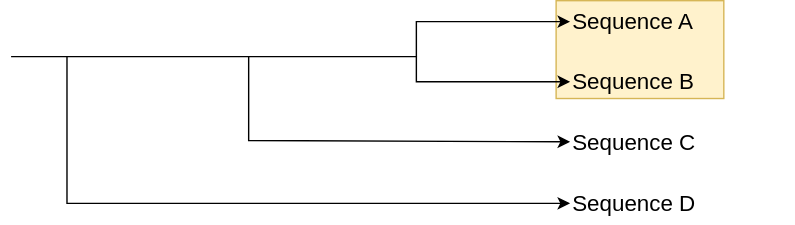
Earlier version of the draw.io export images/progressive_alignment_1.drawio.svg (khiron/dBGAlignSlides). Source tidied: cells renumbered, new cells last; positions are measured from the earlier drawing's top-left corner, leaving out a move shared by most shapes. The source it was exported from:
```xml
<mxGraphModel background="#ffffff">
  <root>
    <mxCell id="0" />
    <mxCell id="1" parent="0" />
    <mxCell id="2" style="rounded=0;whiteSpace=wrap;html=1;fillColor=#fff2cc;strokeColor=#d6b656;" parent="1" vertex="1">
      <mxGeometry x="390" width="120" height="70" as="geometry" />
    </mxCell>
    <mxCell id="3" value="&lt;font style=&quot;font-size: 16px;&quot;&gt;Sequence A&lt;/font&gt;" style="text;html=1;strokeColor=none;fillColor=none;align=left;verticalAlign=middle;whiteSpace=wrap;rounded=0;" parent="1" vertex="1">
      <mxGeometry x="400" width="160" height="30" as="geometry" />
    </mxCell>
    <mxCell id="4" value="&lt;font style=&quot;font-size: 16px;&quot;&gt;Sequence B&lt;/font&gt;" style="text;html=1;strokeColor=none;fillColor=none;align=left;verticalAlign=middle;whiteSpace=wrap;rounded=0;fontSize=16;" parent="1" vertex="1">
      <mxGeometry x="400" y="43" width="160" height="30" as="geometry" />
    </mxCell>
    <mxCell id="5" value="&lt;font style=&quot;font-size: 16px;&quot;&gt;Sequence C&lt;/font&gt;" style="text;html=1;strokeColor=none;fillColor=none;align=left;verticalAlign=middle;whiteSpace=wrap;rounded=0;fontSize=16;" parent="1" vertex="1">
      <mxGeometry x="400" y="86" width="160" height="30" as="geometry" />
    </mxCell>
    <mxCell id="6" value="&lt;font style=&quot;font-size: 16px;&quot;&gt;Sequence D&lt;/font&gt;" style="text;html=1;strokeColor=none;fillColor=none;align=left;verticalAlign=middle;whiteSpace=wrap;rounded=0;fontSize=16;" parent="1" vertex="1">
      <mxGeometry x="400" y="130" width="160" height="30" as="geometry" />
    </mxCell>
    <mxCell id="7" style="endArrow=classic;html=1;fontSize=16;entryX=0;entryY=0.5;entryDx=0;entryDy=0;rounded=0;" parent="1" edge="1" target="3">
      <mxGeometry relative="1" as="geometry">
        <mxPoint y="40" as="sourcePoint" />
        <Array as="points">
          <mxPoint x="290" y="40" />
          <mxPoint x="290" y="15" />
        </Array>
      </mxGeometry>
    </mxCell>
    <mxCell id="8" style="endArrow=classic;html=1;rounded=0;fontSize=16;entryX=0;entryY=0.5;entryDx=0;entryDy=0;" parent="1" edge="1" target="4">
      <mxGeometry relative="1" as="geometry">
        <mxPoint x="290" y="40" as="sourcePoint" />
        <Array as="points">
          <mxPoint x="290" y="58" />
        </Array>
      </mxGeometry>
    </mxCell>
    <mxCell id="9" style="endArrow=classic;html=1;rounded=0;fontSize=16;entryX=0;entryY=0.5;entryDx=0;entryDy=0;" parent="1" edge="1" target="5">
      <mxGeometry relative="1" as="geometry">
        <mxPoint x="170" y="40" as="sourcePoint" />
        <Array as="points">
          <mxPoint x="170" y="100" />
        </Array>
      </mxGeometry>
    </mxCell>
    <mxCell id="10" style="endArrow=classic;html=1;rounded=0;fontSize=16;entryX=0;entryY=0.5;entryDx=0;entryDy=0;" parent="1" edge="1" target="6">
      <mxGeometry relative="1" as="geometry">
        <mxPoint x="40" y="40" as="sourcePoint" />
        <Array as="points">
          <mxPoint x="40" y="145" />
        </Array>
      </mxGeometry>
    </mxCell>
  </root>
</mxGraphModel>
```
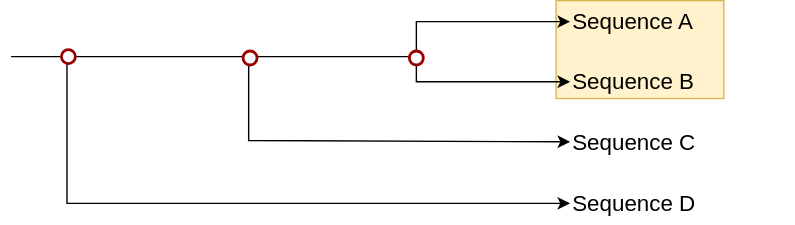
Later version of the same file.

What changed in the source:
```diff
@@ -50,5 +50,14 @@
         </Array>
       </mxGeometry>
     </mxCell>
+    <mxCell id="11" style="ellipse;whiteSpace=wrap;html=1;strokeColor=#990000;strokeWidth=2;" parent="1" vertex="1">
+      <mxGeometry x="285" y="36" width="10" height="10" as="geometry" />
+    </mxCell>
+    <mxCell id="12" style="ellipse;whiteSpace=wrap;html=1;strokeColor=#990000;strokeWidth=2;" parent="1" vertex="1">
+      <mxGeometry x="166" y="36" width="10" height="10" as="geometry" />
+    </mxCell>
+    <mxCell id="13" style="ellipse;whiteSpace=wrap;html=1;strokeColor=#990000;strokeWidth=2;" parent="1" vertex="1">
+      <mxGeometry x="36" y="35" width="10" height="10" as="geometry" />
+    </mxCell>
   </root>
 </mxGraphModel>
```
